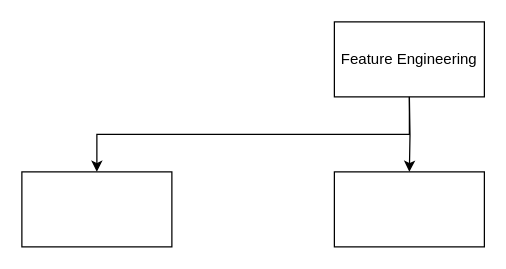
maha-prathamesh/MLAINOTES keeps this draw.io diagram as Feature_Engineering.drawio. Above is the earlier version. Source tidied: cells renumbered, new cells numbered last; positions are measured from the earlier drawing's top-left corner, leaving out a move shared by most shapes. Both pictures are drawn from the tidied source at 125%, with x=0, y=0 at pixel (21, 21).
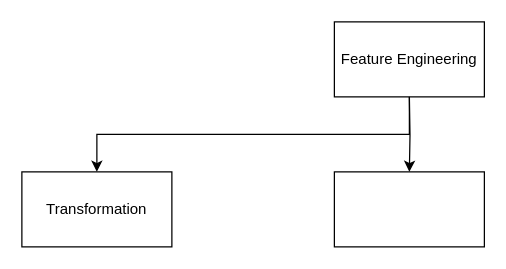
Above is the later version.

What changed in the source:
```diff
@@
 <mxGraphModel>
   <root>
     <mxCell id="0" />
     <mxCell id="1" parent="0" />
     <mxCell id="2" value="Feature Engineering" style="rounded=0;whiteSpace=wrap;html=1;" parent="1" vertex="1">
       <mxGeometry x="250" width="120" height="60" as="geometry" />
     </mxCell>
-    <mxCell id="3" style="rounded=0;whiteSpace=wrap;html=1;" parent="1" vertex="1">
+    <mxCell id="3" value="Transformation" style="rounded=0;whiteSpace=wrap;html=1;" parent="1" vertex="1">
       <mxGeometry y="120" width="120" height="60" as="geometry" />
     </mxCell>
     <mxCell id="4" style="edgeStyle=orthogonalEdgeStyle;rounded=0;jettySize=auto;html=1;exitX=0.5;exitY=1;exitDx=0;exitDy=0;" parent="1" edge="1" source="2" target="3">
       <mxGeometry relative="1" as="geometry" />
     </mxCell>
     <mxCell id="5" style="rounded=0;whiteSpace=wrap;html=1;" parent="1" vertex="1">
       <mxGeometry x="250" y="120" width="120" height="60" as="geometry" />
     </mxCell>
     <mxCell id="6" style="edgeStyle=orthogonalEdgeStyle;rounded=0;jettySize=auto;html=1;" parent="1" edge="1" target="5">
       <mxGeometry relative="1" as="geometry">
         <mxPoint x="310" y="60" as="sourcePoint" />
       </mxGeometry>
     </mxCell>
   </root>
 </mxGraphModel>
```
